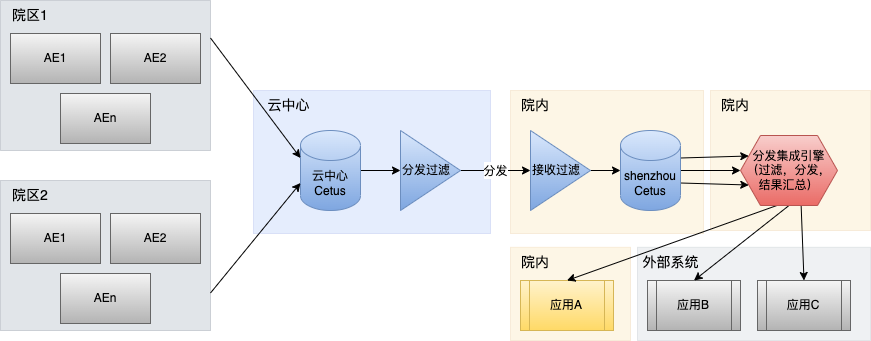
Before: uih/output/MTI-Cetus多层过滤.drawio.png, a diagram exported from draw.io (xzs603/draw.io). Source tidied: cells renumbered, new cells last; positions are measured from the earlier drawing's top-left corner, leaving out a move shared by most shapes.
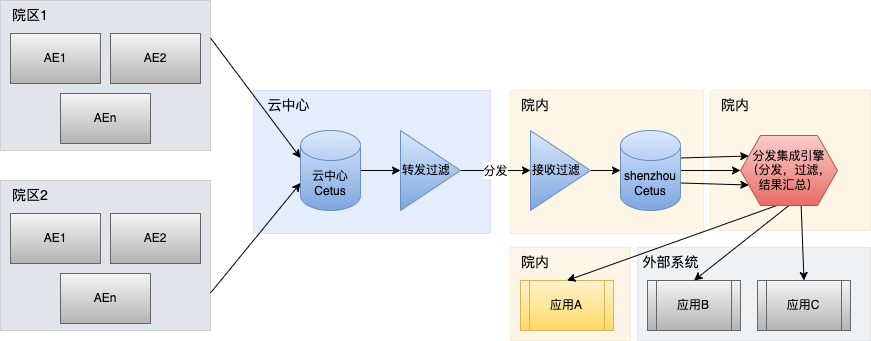
Later version of the same file.

Change to the diagram source:
```diff
@@ -101,7 +101,7 @@
     <mxCell id="34" style="edgeStyle=none;rounded=0;jettySize=auto;html=1;exitX=0.625;exitY=1;exitDx=0;exitDy=0;entryX=0.5;entryY=0;entryDx=0;entryDy=0;" parent="1" edge="1" source="35" target="29">
       <mxGeometry relative="1" as="geometry" />
     </mxCell>
-    <mxCell id="35" value="分发集成引擎&lt;br&gt;（过滤，分发，结果汇总）" style="shape=hexagon;perimeter=hexagonPerimeter2;whiteSpace=wrap;html=1;fixedSize=1;fillColor=#f8cecc;gradientColor=#ea6b66;strokeColor=#b85450;" parent="1" vertex="1">
+    <mxCell id="35" value="分发集成引擎&lt;br&gt;（分发，过滤，结果汇总）" style="shape=hexagon;perimeter=hexagonPerimeter2;whiteSpace=wrap;html=1;fixedSize=1;fillColor=#f8cecc;gradientColor=#ea6b66;strokeColor=#b85450;" parent="1" vertex="1">
       <mxGeometry x="740" y="135" width="97" height="70" as="geometry" />
     </mxCell>
     <mxCell id="36" value="&lt;span style=&quot;font-size: 14px&quot;&gt;&amp;nbsp;云中心&lt;/span&gt;" style="text;html=1;strokeColor=none;fillColor=none;align=center;verticalAlign=middle;whiteSpace=wrap;rounded=0;fontSize=10;" parent="1" vertex="1">
@@ -119,7 +119,7 @@
     <mxCell id="40" value="&lt;font style=&quot;font-size: 12px&quot;&gt;分发&lt;/font&gt;" style="edgeStyle=none;rounded=0;jettySize=auto;html=1;entryX=0;entryY=0.5;entryDx=0;entryDy=0;fontSize=14;" parent="1" edge="1" source="41" target="28">
       <mxGeometry relative="1" as="geometry" />
     </mxCell>
-    <mxCell id="41" value="分发过滤" style="triangle;whiteSpace=wrap;html=1;align=left;fillColor=#dae8fc;gradientColor=#7ea6e0;strokeColor=#6c8ebf;" parent="1" vertex="1">
+    <mxCell id="41" value="转发过滤" style="triangle;whiteSpace=wrap;html=1;align=left;fillColor=#dae8fc;gradientColor=#7ea6e0;strokeColor=#6c8ebf;" parent="1" vertex="1">
       <mxGeometry x="400" y="130" width="60" height="80" as="geometry" />
     </mxCell>
     <mxCell id="42" value="&lt;span style=&quot;font-size: 14px&quot;&gt;院内&lt;/span&gt;" style="text;html=1;strokeColor=none;fillColor=none;align=center;verticalAlign=middle;whiteSpace=wrap;rounded=0;fontSize=10;" parent="1" vertex="1">
```
